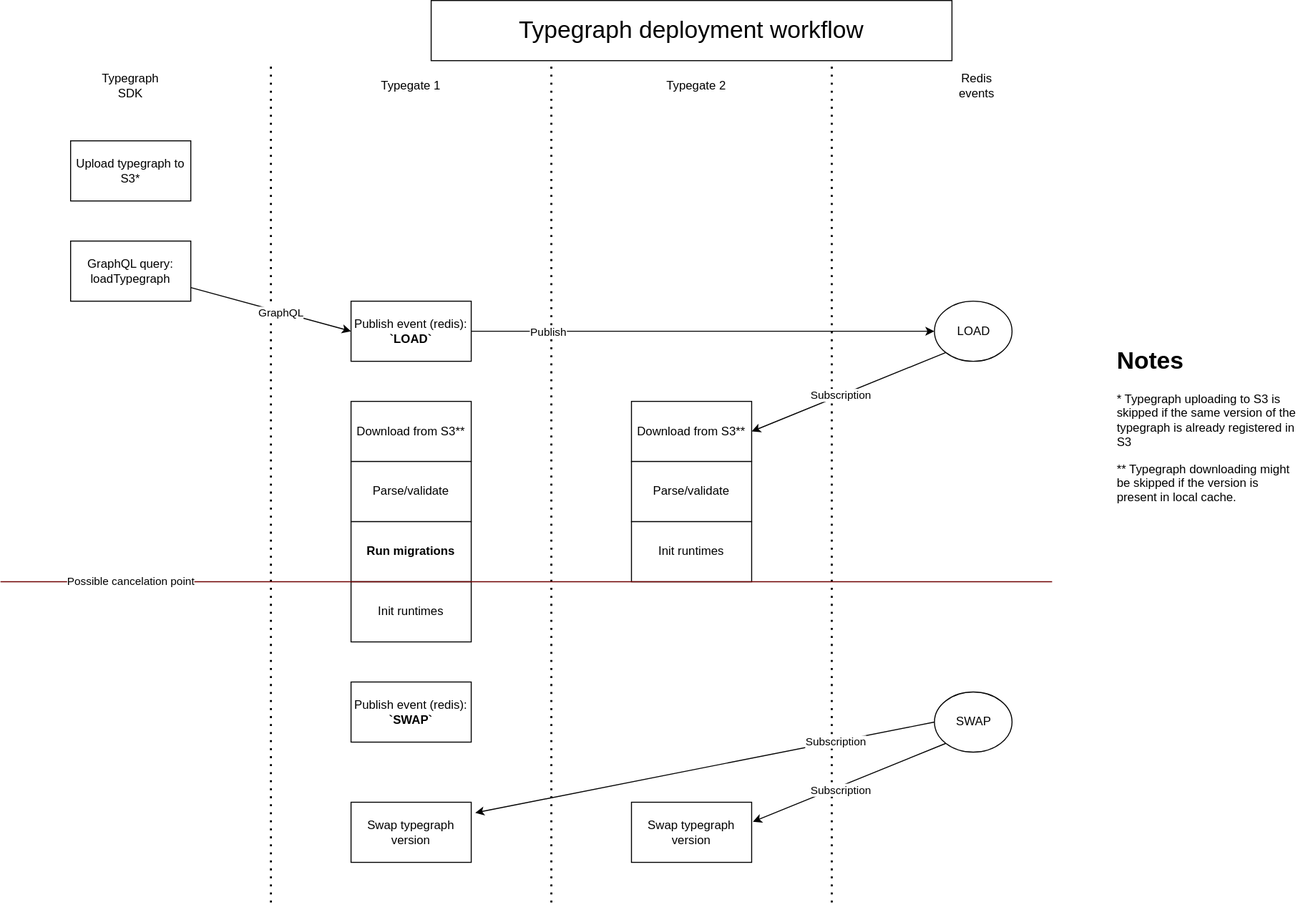
metatypedev/metatype keeps this draw.io diagram as docs/workflows/typegraph_deployment.drawio.svg. Above is the earlier version. Source tidied: cells renumbered, new cells last; positions are measured from the earlier drawing's top-left corner, leaving out a move shared by most shapes. Its diagram source:
```xml
<mxGraphModel>
  <root>
    <mxCell id="0" />
    <mxCell id="1" parent="0" />
    <mxCell id="2" value="Typegraph SDK" style="text;html=1;strokeColor=none;fillColor=none;align=center;verticalAlign=middle;whiteSpace=wrap;rounded=0;" parent="1" vertex="1">
      <mxGeometry x="100" y="70" width="60" height="30" as="geometry" />
    </mxCell>
    <mxCell id="3" value="Typegate 1" style="text;html=1;strokeColor=none;fillColor=none;align=center;verticalAlign=middle;whiteSpace=wrap;rounded=0;" parent="1" vertex="1">
      <mxGeometry x="375" y="70" width="70" height="30" as="geometry" />
    </mxCell>
    <mxCell id="4" style="endArrow=none;dashed=1;html=1;dashPattern=1 3;strokeWidth=2;" parent="1" edge="1">
      <mxGeometry relative="1" as="geometry">
        <mxPoint x="270" y="900" as="sourcePoint" />
        <mxPoint x="270" y="60" as="targetPoint" />
      </mxGeometry>
    </mxCell>
    <mxCell id="5" value="Upload typegraph to S3*" style="rounded=0;whiteSpace=wrap;html=1;" parent="1" vertex="1">
      <mxGeometry x="70" y="140" width="120" height="60" as="geometry" />
    </mxCell>
    <mxCell id="6" style="edgeStyle=none;html=1;entryX=0;entryY=0.5;entryDx=0;entryDy=0;fillColor=#330000;" parent="1" edge="1" source="8" target="14">
      <mxGeometry relative="1" as="geometry" />
    </mxCell>
    <mxCell id="7" value="GraphQL" style="edgeLabel;html=1;align=center;verticalAlign=middle;" parent="6" vertex="1">
      <mxGeometry x="0.12" y="-1" relative="1" as="geometry" />
    </mxCell>
    <mxCell id="8" value="GraphQL query: loadTypegraph" style="rounded=0;whiteSpace=wrap;html=1;" parent="1" vertex="1">
      <mxGeometry x="70" y="240" width="120" height="60" as="geometry" />
    </mxCell>
    <mxCell id="9" value="Download from S3**" style="rounded=0;whiteSpace=wrap;html=1;" parent="1" vertex="1">
      <mxGeometry x="350" y="400" width="120" height="60" as="geometry" />
    </mxCell>
    <mxCell id="10" value="Typegate 2" style="text;html=1;strokeColor=none;fillColor=none;align=center;verticalAlign=middle;whiteSpace=wrap;rounded=0;" parent="1" vertex="1">
      <mxGeometry x="660" y="70" width="70" height="30" as="geometry" />
    </mxCell>
    <mxCell id="11" style="endArrow=none;dashed=1;html=1;dashPattern=1 3;strokeWidth=2;" parent="1" edge="1">
      <mxGeometry relative="1" as="geometry">
        <mxPoint x="550" y="900" as="sourcePoint" />
        <mxPoint x="550" y="60" as="targetPoint" />
      </mxGeometry>
    </mxCell>
    <mxCell id="12" style="edgeStyle=none;html=1;exitX=1;exitY=0.5;exitDx=0;exitDy=0;" parent="1" edge="1" source="14" target="19">
      <mxGeometry relative="1" as="geometry" />
    </mxCell>
    <mxCell id="13" value="Publish" style="edgeLabel;html=1;align=center;verticalAlign=middle;" parent="12" vertex="1">
      <mxGeometry x="-0.67" y="-1" relative="1" as="geometry" />
    </mxCell>
    <mxCell id="14" value="Publish event (redis): &lt;b&gt;`LOAD`&lt;/b&gt;" style="rounded=0;whiteSpace=wrap;html=1;" parent="1" vertex="1">
      <mxGeometry x="350" y="300" width="120" height="60" as="geometry" />
    </mxCell>
    <mxCell id="15" style="endArrow=none;dashed=1;html=1;dashPattern=1 3;strokeWidth=2;" parent="1" edge="1">
      <mxGeometry relative="1" as="geometry">
        <mxPoint x="830" y="900" as="sourcePoint" />
        <mxPoint x="830" y="60" as="targetPoint" />
      </mxGeometry>
    </mxCell>
    <mxCell id="16" value="Redis events" style="text;html=1;strokeColor=none;fillColor=none;align=center;verticalAlign=middle;whiteSpace=wrap;rounded=0;" parent="1" vertex="1">
      <mxGeometry x="940" y="70" width="70" height="30" as="geometry" />
    </mxCell>
    <mxCell id="17" style="edgeStyle=none;html=1;exitX=0;exitY=1;exitDx=0;exitDy=0;entryX=1;entryY=0.5;entryDx=0;entryDy=0;" parent="1" edge="1" source="19" target="23">
      <mxGeometry relative="1" as="geometry" />
    </mxCell>
    <mxCell id="18" value="Subscription" style="edgeLabel;html=1;align=center;verticalAlign=middle;" parent="17" vertex="1">
      <mxGeometry x="0.08" relative="1" as="geometry" />
    </mxCell>
    <mxCell id="19" value="LOAD" style="ellipse;whiteSpace=wrap;html=1;" parent="1" vertex="1">
      <mxGeometry x="932.5" y="300" width="77.5" height="60" as="geometry" />
    </mxCell>
    <mxCell id="20" value="Parse/validate" style="rounded=0;whiteSpace=wrap;html=1;" parent="1" vertex="1">
      <mxGeometry x="350" y="460" width="120" height="60" as="geometry" />
    </mxCell>
    <mxCell id="21" value="&lt;b&gt;Run migrations&lt;/b&gt;" style="rounded=0;whiteSpace=wrap;html=1;" parent="1" vertex="1">
      <mxGeometry x="350" y="520" width="120" height="60" as="geometry" />
    </mxCell>
    <mxCell id="22" value="Init runtimes" style="rounded=0;whiteSpace=wrap;html=1;" parent="1" vertex="1">
      <mxGeometry x="350" y="580" width="120" height="60" as="geometry" />
    </mxCell>
    <mxCell id="23" value="Download from S3**" style="rounded=0;whiteSpace=wrap;html=1;" parent="1" vertex="1">
      <mxGeometry x="630" y="400" width="120" height="60" as="geometry" />
    </mxCell>
    <mxCell id="24" value="Parse/validate" style="rounded=0;whiteSpace=wrap;html=1;" parent="1" vertex="1">
      <mxGeometry x="630" y="460" width="120" height="60" as="geometry" />
    </mxCell>
    <mxCell id="25" value="Init runtimes" style="rounded=0;whiteSpace=wrap;html=1;" parent="1" vertex="1">
      <mxGeometry x="630" y="520" width="120" height="60" as="geometry" />
    </mxCell>
    <mxCell id="26" value="Publish event (redis): &lt;b&gt;`SWAP`&lt;/b&gt;" style="rounded=0;whiteSpace=wrap;html=1;" parent="1" vertex="1">
      <mxGeometry x="350" y="680" width="120" height="60" as="geometry" />
    </mxCell>
    <mxCell id="27" style="edgeStyle=none;html=1;exitX=0;exitY=0.5;exitDx=0;exitDy=0;entryX=1.033;entryY=0.176;entryDx=0;entryDy=0;entryPerimeter=0;fillColor=#330000;" parent="1" edge="1" source="31" target="34">
      <mxGeometry relative="1" as="geometry" />
    </mxCell>
    <mxCell id="28" value="Subscription" style="edgeLabel;html=1;align=center;verticalAlign=middle;" parent="27" vertex="1">
      <mxGeometry x="-0.57" relative="1" as="geometry" />
    </mxCell>
    <mxCell id="29" style="edgeStyle=none;html=1;exitX=0;exitY=1;exitDx=0;exitDy=0;entryX=1.01;entryY=0.325;entryDx=0;entryDy=0;entryPerimeter=0;fillColor=#330000;" parent="1" edge="1" source="31" target="35">
      <mxGeometry relative="1" as="geometry" />
    </mxCell>
    <mxCell id="30" value="Subscription" style="edgeLabel;html=1;align=center;verticalAlign=middle;" parent="29" vertex="1">
      <mxGeometry x="0.1" y="4" relative="1" as="geometry" />
    </mxCell>
    <mxCell id="31" value="SWAP" style="ellipse;whiteSpace=wrap;html=1;" parent="1" vertex="1">
      <mxGeometry x="932.5" y="690" width="77.5" height="60" as="geometry" />
    </mxCell>
    <mxCell id="32" style="endArrow=none;html=1;fillColor=#a20025;strokeColor=#6F0000;" parent="1" edge="1">
      <mxGeometry relative="1" as="geometry">
        <mxPoint x="1050" y="580" as="sourcePoint" />
        <mxPoint y="580" as="targetPoint" />
      </mxGeometry>
    </mxCell>
    <mxCell id="33" value="Possible cancelation point" style="edgeLabel;html=1;align=center;verticalAlign=middle;" parent="32" vertex="1">
      <mxGeometry x="0.75" y="3" relative="1" as="geometry">
        <mxPoint x="-1" y="-3" as="offset" />
      </mxGeometry>
    </mxCell>
    <mxCell id="34" value="Swap typegraph version" style="rounded=0;whiteSpace=wrap;html=1;" parent="1" vertex="1">
      <mxGeometry x="350" y="800" width="120" height="60" as="geometry" />
    </mxCell>
    <mxCell id="35" value="Swap typegraph version" style="rounded=0;whiteSpace=wrap;html=1;" parent="1" vertex="1">
      <mxGeometry x="630" y="800" width="120" height="60" as="geometry" />
    </mxCell>
    <mxCell id="36" value="&lt;h1&gt;Notes&lt;/h1&gt;&lt;p&gt;* Typegraph uploading to S3 is skipped if the same version of the typegraph is already registered in S3&lt;/p&gt;&lt;p&gt;** Typegraph downloading might be skipped if the version is present in local cache.&lt;/p&gt;" style="text;html=1;strokeColor=none;fillColor=none;spacing=5;spacingTop=-20;whiteSpace=wrap;overflow=hidden;rounded=0;" parent="1" vertex="1">
      <mxGeometry x="1110" y="340" width="190" height="180" as="geometry" />
    </mxCell>
    <mxCell id="37" value="&lt;font style=&quot;font-size: 24px;&quot;&gt;Typegraph deployment workflow&lt;/font&gt;" style="rounded=0;whiteSpace=wrap;html=1;" parent="1" vertex="1">
      <mxGeometry x="430" width="520" height="60" as="geometry" />
    </mxCell>
  </root>
</mxGraphModel>
```
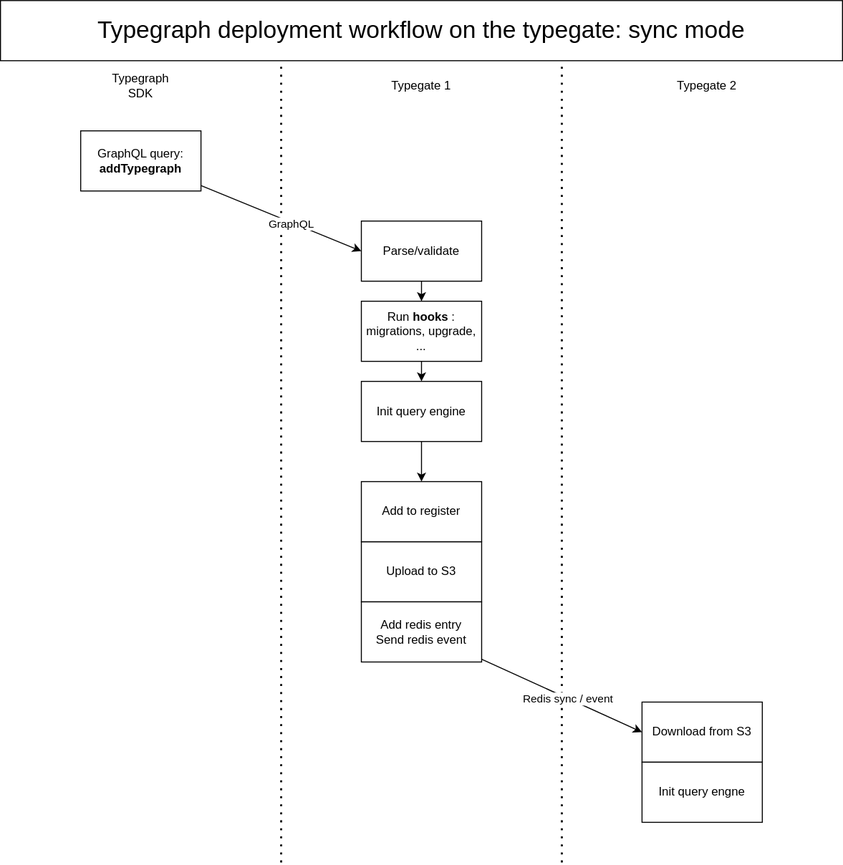
After the commit.

Change to the diagram source:
```diff
@@ -10,119 +10,69 @@
     </mxCell>
     <mxCell id="4" style="endArrow=none;dashed=1;html=1;dashPattern=1 3;strokeWidth=2;" parent="1" edge="1">
       <mxGeometry relative="1" as="geometry">
-        <mxPoint x="270" y="900" as="sourcePoint" />
+        <mxPoint x="270" y="860" as="sourcePoint" />
         <mxPoint x="270" y="60" as="targetPoint" />
       </mxGeometry>
     </mxCell>
-    <mxCell id="5" value="Upload typegraph to S3*" style="rounded=0;whiteSpace=wrap;html=1;" parent="1" vertex="1">
-      <mxGeometry x="70" y="140" width="120" height="60" as="geometry" />
-    </mxCell>
     <mxCell id="6" style="edgeStyle=none;html=1;entryX=0;entryY=0.5;entryDx=0;entryDy=0;fillColor=#330000;" parent="1" edge="1" source="8" target="14">
       <mxGeometry relative="1" as="geometry" />
     </mxCell>
     <mxCell id="7" value="GraphQL" style="edgeLabel;html=1;align=center;verticalAlign=middle;" parent="6" vertex="1">
       <mxGeometry x="0.12" y="-1" relative="1" as="geometry" />
     </mxCell>
-    <mxCell id="8" value="GraphQL query: loadTypegraph" style="rounded=0;whiteSpace=wrap;html=1;" parent="1" vertex="1">
-      <mxGeometry x="70" y="240" width="120" height="60" as="geometry" />
+    <mxCell id="8" value="GraphQL query:&amp;nbsp; &lt;b&gt;addTypegraph&lt;/b&gt;" style="rounded=0;whiteSpace=wrap;html=1;" parent="1" vertex="1">
+      <mxGeometry x="70" y="130" width="120" height="60" as="geometry" />
     </mxCell>
-    <mxCell id="9" value="Download from S3**" style="rounded=0;whiteSpace=wrap;html=1;" parent="1" vertex="1">
-      <mxGeometry x="350" y="400" width="120" height="60" as="geometry" />
-    </mxCell>
     <mxCell id="10" value="Typegate 2" style="text;html=1;strokeColor=none;fillColor=none;align=center;verticalAlign=middle;whiteSpace=wrap;rounded=0;" parent="1" vertex="1">
       <mxGeometry x="660" y="70" width="70" height="30" as="geometry" />
     </mxCell>
     <mxCell id="11" style="endArrow=none;dashed=1;html=1;dashPattern=1 3;strokeWidth=2;" parent="1" edge="1">
       <mxGeometry relative="1" as="geometry">
-        <mxPoint x="550" y="900" as="sourcePoint" />
+        <mxPoint x="550" y="860" as="sourcePoint" />
         <mxPoint x="550" y="60" as="targetPoint" />
       </mxGeometry>
     </mxCell>
-    <mxCell id="12" style="edgeStyle=none;html=1;exitX=1;exitY=0.5;exitDx=0;exitDy=0;" parent="1" edge="1" source="14" target="19">
-      <mxGeometry relative="1" as="geometry" />
-    </mxCell>
-    <mxCell id="13" value="Publish" style="edgeLabel;html=1;align=center;verticalAlign=middle;" parent="12" vertex="1">
-      <mxGeometry x="-0.67" y="-1" relative="1" as="geometry" />
-    </mxCell>
+    <mxCell id="38" style="edgeStyle=none;html=1;entryX=0.5;entryY=0;entryDx=0;entryDy=0;" parent="1" edge="1" source="14" target="20">
+      <mxGeometry relative="1" as="geometry" />
+    </mxCell>
-    <mxCell id="14" value="Publish event (redis): &lt;b&gt;`LOAD`&lt;/b&gt;" style="rounded=0;whiteSpace=wrap;html=1;" parent="1" vertex="1">
-      <mxGeometry x="350" y="300" width="120" height="60" as="geometry" />
+    <mxCell id="14" value="Parse/validate" style="rounded=0;whiteSpace=wrap;html=1;" parent="1" vertex="1">
+      <mxGeometry x="350" y="220" width="120" height="60" as="geometry" />
     </mxCell>
-    <mxCell id="15" style="endArrow=none;dashed=1;html=1;dashPattern=1 3;strokeWidth=2;" parent="1" edge="1">
-      <mxGeometry relative="1" as="geometry">
-        <mxPoint x="830" y="900" as="sourcePoint" />
-        <mxPoint x="830" y="60" as="targetPoint" />
-      </mxGeometry>
-    </mxCell>
-    <mxCell id="16" value="Redis events" style="text;html=1;strokeColor=none;fillColor=none;align=center;verticalAlign=middle;whiteSpace=wrap;rounded=0;" parent="1" vertex="1">
-      <mxGeometry x="940" y="70" width="70" height="30" as="geometry" />
-    </mxCell>
-    <mxCell id="17" style="edgeStyle=none;html=1;exitX=0;exitY=1;exitDx=0;exitDy=0;entryX=1;entryY=0.5;entryDx=0;entryDy=0;" parent="1" edge="1" source="19" target="23">
-      <mxGeometry relative="1" as="geometry" />
-    </mxCell>
-    <mxCell id="18" value="Subscription" style="edgeLabel;html=1;align=center;verticalAlign=middle;" parent="17" vertex="1">
-      <mxGeometry x="0.08" relative="1" as="geometry" />
-    </mxCell>
-    <mxCell id="19" value="LOAD" style="ellipse;whiteSpace=wrap;html=1;" parent="1" vertex="1">
-      <mxGeometry x="932.5" y="300" width="77.5" height="60" as="geometry" />
-    </mxCell>
+    <mxCell id="39" style="edgeStyle=none;html=1;entryX=0.5;entryY=0;entryDx=0;entryDy=0;" parent="1" edge="1" source="20" target="46">
+      <mxGeometry relative="1" as="geometry" />
+    </mxCell>
-    <mxCell id="20" value="Parse/validate" style="rounded=0;whiteSpace=wrap;html=1;" parent="1" vertex="1">
-      <mxGeometry x="350" y="460" width="120" height="60" as="geometry" />
+    <mxCell id="20" value="Run &lt;b&gt;hooks&lt;/b&gt;: migrations, upgrade, ..." style="rounded=0;whiteSpace=wrap;html=1;" parent="1" vertex="1">
+      <mxGeometry x="350" y="300" width="120" height="60" as="geometry" />
     </mxCell>
-    <mxCell id="21" value="&lt;b&gt;Run migrations&lt;/b&gt;" style="rounded=0;whiteSpace=wrap;html=1;" parent="1" vertex="1">
-      <mxGeometry x="350" y="520" width="120" height="60" as="geometry" />
-    </mxCell>
-    <mxCell id="22" value="Init runtimes" style="rounded=0;whiteSpace=wrap;html=1;" parent="1" vertex="1">
-      <mxGeometry x="350" y="580" width="120" height="60" as="geometry" />
-    </mxCell>
-    <mxCell id="23" value="Download from S3**" style="rounded=0;whiteSpace=wrap;html=1;" parent="1" vertex="1">
-      <mxGeometry x="630" y="400" width="120" height="60" as="geometry" />
-    </mxCell>
-    <mxCell id="24" value="Parse/validate" style="rounded=0;whiteSpace=wrap;html=1;" parent="1" vertex="1">
-      <mxGeometry x="630" y="460" width="120" height="60" as="geometry" />
-    </mxCell>
-    <mxCell id="25" value="Init runtimes" style="rounded=0;whiteSpace=wrap;html=1;" parent="1" vertex="1">
-      <mxGeometry x="630" y="520" width="120" height="60" as="geometry" />
-    </mxCell>
-    <mxCell id="26" value="Publish event (redis): &lt;b&gt;`SWAP`&lt;/b&gt;" style="rounded=0;whiteSpace=wrap;html=1;" parent="1" vertex="1">
-      <mxGeometry x="350" y="680" width="120" height="60" as="geometry" />
-    </mxCell>
-    <mxCell id="27" style="edgeStyle=none;html=1;exitX=0;exitY=0.5;exitDx=0;exitDy=0;entryX=1.033;entryY=0.176;entryDx=0;entryDy=0;entryPerimeter=0;fillColor=#330000;" parent="1" edge="1" source="31" target="34">
-      <mxGeometry relative="1" as="geometry" />
-    </mxCell>
-    <mxCell id="28" value="Subscription" style="edgeLabel;html=1;align=center;verticalAlign=middle;" parent="27" vertex="1">
-      <mxGeometry x="-0.57" relative="1" as="geometry" />
-    </mxCell>
-    <mxCell id="29" style="edgeStyle=none;html=1;exitX=0;exitY=1;exitDx=0;exitDy=0;entryX=1.01;entryY=0.325;entryDx=0;entryDy=0;entryPerimeter=0;fillColor=#330000;" parent="1" edge="1" source="31" target="35">
-      <mxGeometry relative="1" as="geometry" />
-    </mxCell>
-    <mxCell id="30" value="Subscription" style="edgeLabel;html=1;align=center;verticalAlign=middle;" parent="29" vertex="1">
-      <mxGeometry x="0.1" y="4" relative="1" as="geometry" />
-    </mxCell>
-    <mxCell id="31" value="SWAP" style="ellipse;whiteSpace=wrap;html=1;" parent="1" vertex="1">
-      <mxGeometry x="932.5" y="690" width="77.5" height="60" as="geometry" />
-    </mxCell>
-    <mxCell id="32" style="endArrow=none;html=1;fillColor=#a20025;strokeColor=#6F0000;" parent="1" edge="1">
-      <mxGeometry relative="1" as="geometry">
-        <mxPoint x="1050" y="580" as="sourcePoint" />
-        <mxPoint y="580" as="targetPoint" />
-      </mxGeometry>
-    </mxCell>
-    <mxCell id="33" value="Possible cancelation point" style="edgeLabel;html=1;align=center;verticalAlign=middle;" parent="32" vertex="1">
-      <mxGeometry x="0.75" y="3" relative="1" as="geometry">
-        <mxPoint x="-1" y="-3" as="offset" />
-      </mxGeometry>
-    </mxCell>
-    <mxCell id="34" value="Swap typegraph version" style="rounded=0;whiteSpace=wrap;html=1;" parent="1" vertex="1">
-      <mxGeometry x="350" y="800" width="120" height="60" as="geometry" />
-    </mxCell>
-    <mxCell id="35" value="Swap typegraph version" style="rounded=0;whiteSpace=wrap;html=1;" parent="1" vertex="1">
-      <mxGeometry x="630" y="800" width="120" height="60" as="geometry" />
-    </mxCell>
-    <mxCell id="36" value="&lt;h1&gt;Notes&lt;/h1&gt;&lt;p&gt;* Typegraph uploading to S3 is skipped if the same version of the typegraph is already registered in S3&lt;/p&gt;&lt;p&gt;** Typegraph downloading might be skipped if the version is present in local cache.&lt;/p&gt;" style="text;html=1;strokeColor=none;fillColor=none;spacing=5;spacingTop=-20;whiteSpace=wrap;overflow=hidden;rounded=0;" parent="1" vertex="1">
-      <mxGeometry x="1110" y="340" width="190" height="180" as="geometry" />
-    </mxCell>
-    <mxCell id="37" value="&lt;font style=&quot;font-size: 24px;&quot;&gt;Typegraph deployment workflow&lt;/font&gt;" style="rounded=0;whiteSpace=wrap;html=1;" parent="1" vertex="1">
-      <mxGeometry x="430" width="520" height="60" as="geometry" />
+    <mxCell id="37" value="&lt;font style=&quot;font-size: 24px;&quot;&gt;Typegraph deployment workflow on the typegate: sync mode&lt;br&gt;&lt;/font&gt;" style="rounded=0;whiteSpace=wrap;html=1;" parent="1" vertex="1">
+      <mxGeometry x="-10" width="840" height="60" as="geometry" />
     </mxCell>
+    <mxCell id="40" value="Upload to S3" style="rounded=0;whiteSpace=wrap;html=1;" parent="1" vertex="1">
+      <mxGeometry x="350" y="540" width="120" height="60" as="geometry" />
+    </mxCell>
+    <mxCell id="41" style="edgeStyle=none;html=1;entryX=0;entryY=0.5;entryDx=0;entryDy=0;" parent="1" edge="1" source="43" target="47">
+      <mxGeometry relative="1" as="geometry" />
+    </mxCell>
+    <mxCell id="42" value="Redis sync / event" style="edgeLabel;html=1;align=center;verticalAlign=middle;" parent="41" vertex="1">
+      <mxGeometry x="0.07" relative="1" as="geometry" />
+    </mxCell>
+    <mxCell id="43" value="Add redis entry&lt;br&gt;Send redis event" style="rounded=0;whiteSpace=wrap;html=1;" parent="1" vertex="1">
+      <mxGeometry x="350" y="600" width="120" height="60" as="geometry" />
+    </mxCell>
+    <mxCell id="44" value="Add to register" style="rounded=0;whiteSpace=wrap;html=1;" parent="1" vertex="1">
+      <mxGeometry x="350" y="480" width="120" height="60" as="geometry" />
+    </mxCell>
+    <mxCell id="45" style="edgeStyle=none;html=1;" parent="1" edge="1" source="46" target="44">
+      <mxGeometry relative="1" as="geometry" />
+    </mxCell>
+    <mxCell id="46" value="Init query engine" style="rounded=0;whiteSpace=wrap;html=1;" parent="1" vertex="1">
+      <mxGeometry x="350" y="380" width="120" height="60" as="geometry" />
+    </mxCell>
+    <mxCell id="47" value="Download from S3" style="rounded=0;whiteSpace=wrap;html=1;" parent="1" vertex="1">
+      <mxGeometry x="630" y="700" width="120" height="60" as="geometry" />
+    </mxCell>
+    <mxCell id="48" value="Init query engne" style="rounded=0;whiteSpace=wrap;html=1;" parent="1" vertex="1">
+      <mxGeometry x="630" y="760" width="120" height="60" as="geometry" />
+    </mxCell>
   </root>
 </mxGraphModel>
```
